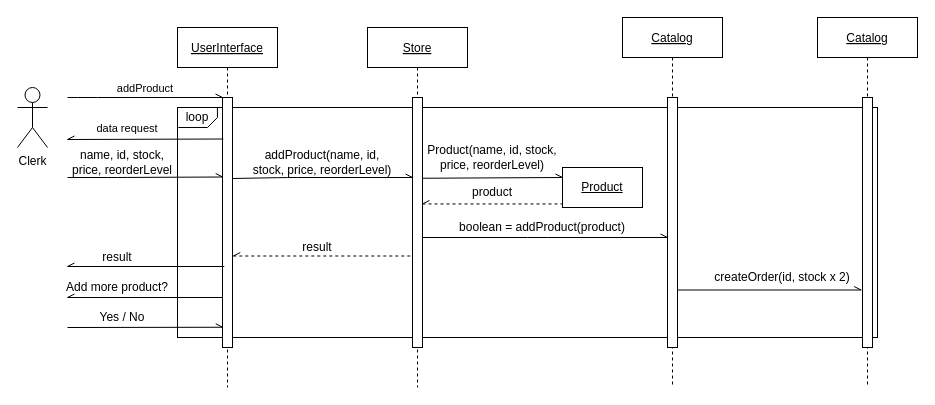
This is Doc/Sequence Diagrams/Diagram 3.drawio from vinnyyo/GroupProject1, a draw.io file, before an edit. Source tidied: cells renumbered, new cells numbered last; positions are measured from the earlier drawing's top-left corner, leaving out a move shared by most shapes. Both pictures are drawn from the tidied source at 100%, with x=0, y=0 at pixel (17, 17).
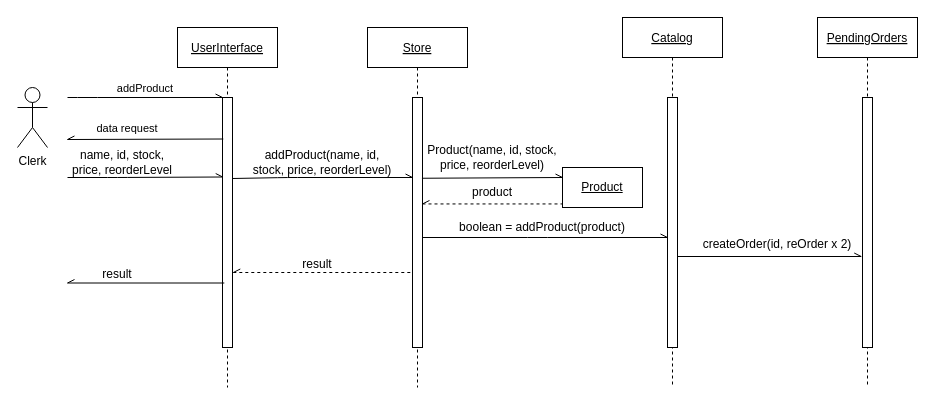
The same diagram, later.

The change refers to these unchanged cells:
```xml
<mxCell id="4" style="points=[];perimeter=orthogonalPerimeter;rounded=0;shadow=0;strokeWidth=1;" parent="3" vertex="1">
  <mxGeometry x="45" y="70" width="10" height="250" as="geometry" />
</mxCell>
<mxCell id="8" style="points=[];perimeter=orthogonalPerimeter;rounded=0;shadow=0;strokeWidth=1;" parent="1" vertex="1">
  <mxGeometry x="650" y="80" width="10" height="250" as="geometry" />
</mxCell>
<mxCell id="13" style="points=[];perimeter=orthogonalPerimeter;rounded=0;shadow=0;strokeWidth=1;" parent="12" vertex="1">
  <mxGeometry x="45" y="70" width="10" height="250" as="geometry" />
</mxCell>
<mxCell id="37" style="rounded=0;whiteSpace=wrap;html=1;" parent="36" vertex="1">
  <mxGeometry x="45" y="80" width="10" height="250" as="geometry" />
</mxCell>
```

Diff of the diagram source:
```diff
@@
-    <mxCell id="2" style="rounded=0;whiteSpace=wrap;html=1;fillColor=none;" parent="1" vertex="1">
-      <mxGeometry x="160" y="90" width="700" height="230" as="geometry" />
-    </mxCell>
@@
-    <mxCell id="24" style="endArrow=none;dashed=1;html=1;exitX=1.081;exitY=0.634;exitDx=0;exitDy=0;exitPerimeter=0;startArrow=openAsync;startFill=0;endFill=0;" parent="1" edge="1" source="4" target="13">
-      <mxGeometry relative="1" as="geometry" />
+    <mxCell id="24" style="endArrow=none;dashed=1;html=1;exitX=1.081;exitY=0.634;exitDx=0;exitDy=0;exitPerimeter=0;startArrow=openAsync;startFill=0;endFill=0;" parent="1" edge="1">
+      <mxGeometry relative="1" as="geometry">
+        <mxPoint x="215.8" y="255" as="sourcePoint" />
+        <mxPoint x="395" y="255" as="targetPoint" />
+      </mxGeometry>
     </mxCell>
     <mxCell id="25" value="&lt;div&gt;result&lt;/div&gt;" style="text;html=1;strokeColor=none;fillColor=none;align=center;verticalAlign=middle;whiteSpace=wrap;rounded=0;" parent="1" vertex="1">
-      <mxGeometry x="280" y="220" width="40" height="20" as="geometry" />
+      <mxGeometry x="280" y="236.5" width="40" height="20" as="geometry" />
     </mxCell>
-    <mxCell id="26" style="endArrow=none;html=1;endFill=0;entryX=0.176;entryY=0.676;entryDx=0;entryDy=0;entryPerimeter=0;startArrow=openAsync;startFill=0;" parent="1" edge="1" target="4">
+    <mxCell id="26" style="endArrow=none;html=1;endFill=0;entryX=0.176;entryY=0.676;entryDx=0;entryDy=0;entryPerimeter=0;startArrow=openAsync;startFill=0;" parent="1" edge="1">
       <mxGeometry relative="1" as="geometry">
-        <mxPoint x="50" y="249" as="sourcePoint" />
+        <mxPoint x="50" y="265.5" as="sourcePoint" />
+        <mxPoint x="206.8" y="265.5" as="targetPoint" />
       </mxGeometry>
     </mxCell>
     <mxCell id="27" value="result" style="text;html=1;strokeColor=none;fillColor=none;align=center;verticalAlign=middle;whiteSpace=wrap;rounded=0;" parent="1" vertex="1">
-      <mxGeometry x="80" y="230" width="40" height="20" as="geometry" />
+      <mxGeometry x="80" y="246.5" width="40" height="20" as="geometry" />
     </mxCell>
-    <mxCell id="28" style="endArrow=none;html=1;endFill=0;startArrow=openAsync;startFill=0;" parent="1" edge="1" target="4">
-      <mxGeometry relative="1" as="geometry">
-        <mxPoint x="50" y="280" as="sourcePoint" />
-      </mxGeometry>
-    </mxCell>
-    <mxCell id="29" value="&lt;div&gt;Add more product?&lt;/div&gt;" style="text;html=1;strokeColor=none;fillColor=none;align=center;verticalAlign=middle;whiteSpace=wrap;rounded=0;" parent="1" vertex="1">
-      <mxGeometry x="25" y="260" width="150" height="20" as="geometry" />
-    </mxCell>
-    <mxCell id="30" style="endArrow=openAsync;html=1;entryX=0.022;entryY=0.919;entryDx=0;entryDy=0;entryPerimeter=0;endFill=0;" parent="1" edge="1" target="4">
-      <mxGeometry relative="1" as="geometry">
-        <mxPoint x="50" y="310" as="sourcePoint" />
-      </mxGeometry>
-    </mxCell>
-    <mxCell id="31" value="Yes / No" style="text;html=1;strokeColor=none;fillColor=none;align=center;verticalAlign=middle;whiteSpace=wrap;rounded=0;" parent="1" vertex="1">
-      <mxGeometry x="70" y="290" width="70" height="20" as="geometry" />
-    </mxCell>
-    <mxCell id="32" style="endArrow=none;html=1;exitX=0.019;exitY=1.001;exitDx=0;exitDy=0;exitPerimeter=0;entryX=0.057;entryY=0.001;entryDx=0;entryDy=0;entryPerimeter=0;rounded=0;" parent="1" edge="1" source="33" target="2">
-      <mxGeometry relative="1" as="geometry">
-        <Array as="points">
-          <mxPoint x="190" y="110" />
-          <mxPoint x="200" y="100" />
-        </Array>
-      </mxGeometry>
-    </mxCell>
-    <mxCell id="33" value="loop" style="text;html=1;strokeColor=none;fillColor=none;align=center;verticalAlign=middle;whiteSpace=wrap;rounded=0;" parent="1" vertex="1">
-      <mxGeometry x="160" y="90" width="40" height="20" as="geometry" />
-    </mxCell>
-    <mxCell id="34" value="createOrder(id, stock x 2)" style="text;html=1;strokeColor=none;fillColor=none;align=center;verticalAlign=middle;whiteSpace=wrap;rounded=0;" parent="1" vertex="1">
-      <mxGeometry x="690" y="250" width="150" height="20" as="geometry" />
+    <mxCell id="34" value="createOrder(id, reOrder x 2)" style="text;html=1;strokeColor=none;fillColor=none;align=center;verticalAlign=middle;whiteSpace=wrap;rounded=0;" parent="1" vertex="1">
+      <mxGeometry x="680" y="216.5" width="160" height="20" as="geometry" />
     </mxCell>
-    <mxCell id="35" style="endArrow=openAsync;html=1;entryX=-0.133;entryY=0.77;entryDx=0;entryDy=0;entryPerimeter=0;endFill=0;startArrow=none;startFill=0;" parent="1" edge="1" source="8" target="37">
-      <mxGeometry relative="1" as="geometry" />
+    <mxCell id="35" style="endArrow=openAsync;html=1;entryX=-0.133;entryY=0.77;entryDx=0;entryDy=0;entryPerimeter=0;endFill=0;startArrow=none;startFill=0;" parent="1" edge="1">
+      <mxGeometry relative="1" as="geometry">
+        <mxPoint x="660" y="239" as="sourcePoint" />
+        <mxPoint x="843.7" y="239" as="targetPoint" />
+      </mxGeometry>
     </mxCell>
-    <mxCell id="36" value="Catalog" style="shape=umlLifeline;perimeter=lifelinePerimeter;rounded=0;shadow=0;strokeWidth=1;fontStyle=4;" parent="1" vertex="1">
+    <mxCell id="36" value="PendingOrders" style="shape=umlLifeline;perimeter=lifelinePerimeter;rounded=0;shadow=0;strokeWidth=1;fontStyle=4;" parent="1" vertex="1">
       <mxGeometry x="800" width="100" height="370" as="geometry" />
     </mxCell>
```
